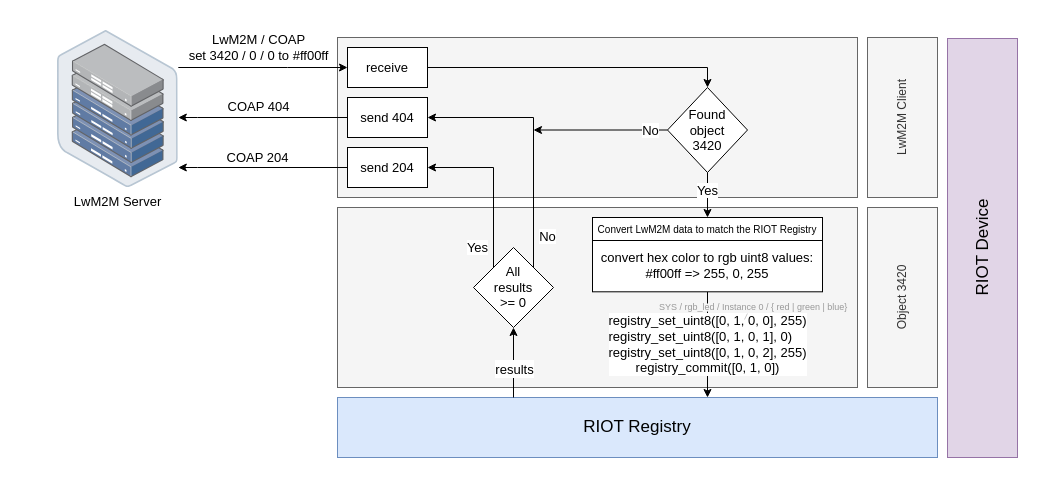
This is doc/drawio/flow/lwm2m_integration_flow.drawio from LasseRosenow/riot-runtime-config, a draw.io file, before an edit. Source tidied: cells renumbered, new cells numbered last; positions are measured from the earlier drawing's top-left corner, leaving out a move shared by most shapes. Both pictures are drawn from the tidied source at 100%, with x=0, y=0 at pixel (47, 27).
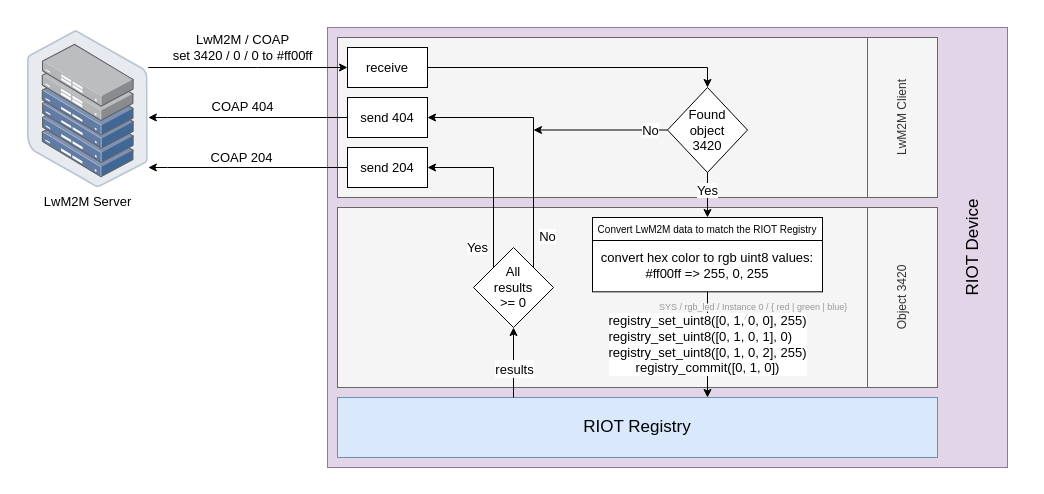
The same page after the edit.

The change refers to these unchanged cells:
```xml
<mxCell id="21" value="&lt;font color=&quot;#000000&quot; style=&quot;font-size: 13px&quot;&gt;receive&lt;/font&gt;" style="rounded=0;whiteSpace=wrap;html=1;labelBackgroundColor=none;fontSize=17;" parent="1" vertex="1">
  <mxGeometry x="300" y="20" width="80" height="40" as="geometry" />
</mxCell>
<mxCell id="22" value="&lt;font color=&quot;#000000&quot; style=&quot;font-size: 13px&quot;&gt;send 404&lt;/font&gt;" style="rounded=0;whiteSpace=wrap;html=1;labelBackgroundColor=none;fontSize=17;" parent="1" vertex="1">
  <mxGeometry x="300" y="70" width="80" height="40" as="geometry" />
</mxCell>
<mxCell id="24" value="&lt;font color=&quot;#000000&quot; style=&quot;font-size: 13px&quot;&gt;send 204&lt;/font&gt;" style="rounded=0;whiteSpace=wrap;html=1;labelBackgroundColor=none;fontSize=17;" parent="1" vertex="1">
  <mxGeometry x="300" y="120" width="80" height="40" as="geometry" />
</mxCell>
```

Diff of the diagram source:
```diff
@@
     <mxCell id="2" style="rounded=0;whiteSpace=wrap;html=1;strokeColor=none;" parent="1" vertex="1">
-      <mxGeometry width="980" height="440" as="geometry" />
+      <mxGeometry x="-30" y="-10" width="1000" height="460" as="geometry" />
     </mxCell>
+    <mxCell id="18" value="&lt;font style=&quot;font-size: 17px&quot;&gt;RIOT Device&lt;/font&gt;" style="rounded=0;whiteSpace=wrap;html=1;fillColor=#e1d5e7;strokeColor=#9673a6;horizontal=0;align=center;verticalAlign=bottom;spacingBottom=22;" parent="1" vertex="1">
+      <mxGeometry x="280" width="680" height="440" as="geometry" />
+    </mxCell>
     <mxCell id="3" style="rounded=0;whiteSpace=wrap;html=1;fillColor=#f5f5f5;strokeColor=#666666;fontColor=#333333;" parent="1" vertex="1">
-      <mxGeometry x="290" y="180" width="520" height="180" as="geometry" />
+      <mxGeometry x="290" y="180" width="530" height="180" as="geometry" />
     </mxCell>
     <mxCell id="4" style="rounded=0;whiteSpace=wrap;html=1;fillColor=#f5f5f5;strokeColor=#666666;fontColor=#333333;" parent="1" vertex="1">
-      <mxGeometry x="290" y="10" width="520" height="160" as="geometry" />
+      <mxGeometry x="290" y="10" width="530" height="160" as="geometry" />
     </mxCell>
     <mxCell id="5" value="&lt;font style=&quot;font-size: 13px&quot;&gt;LwM2M Server&lt;/font&gt;" style="points=[];html=1;align=center;shadow=0;dashed=0;image;image=img/lib/allied_telesis/storage/Datacenter_Server_Half_Rack_ToR.svg;" parent="1" vertex="1">
-      <mxGeometry x="10" y="3" width="120.8" height="157" as="geometry" />
+      <mxGeometry x="-20" y="3" width="120.8" height="157" as="geometry" />
     </mxCell>
     <mxCell id="6" value="&lt;font style=&quot;font-size: 13px&quot;&gt;LwM2M / COAP&lt;br&gt;set 3420 / 0 / 0 to #ff00ff&lt;/font&gt;" style="edgeStyle=elbowEdgeStyle;rounded=0;html=1;" parent="1" edge="1" source="5" target="21">
       <mxGeometry x="-0.06" y="20" relative="1" as="geometry">
         <Array as="points">
-          <mxPoint x="240" y="40" />
-          <mxPoint x="120" y="40" />
+          <mxPoint x="210" y="40" />
+          <mxPoint x="90" y="40" />
         </Array>
       </mxGeometry>
     </mxCell>
@@
-    <mxCell id="18" value="&lt;font style=&quot;font-size: 17px&quot;&gt;RIOT Device&lt;/font&gt;" style="rounded=0;whiteSpace=wrap;html=1;fillColor=#e1d5e7;strokeColor=#9673a6;horizontal=0;" parent="1" vertex="1">
-      <mxGeometry x="900" y="11" width="70" height="419" as="geometry" />
-    </mxCell>
@@
     <mxCell id="23" value="&lt;font style=&quot;font-size: 13px&quot;&gt;COAP 404&lt;/font&gt;" style="edgeStyle=elbowEdgeStyle;rounded=0;html=1;startArrow=none;" parent="1" edge="1" source="22" target="5">
       <mxGeometry x="0.05" y="-11" relative="1" as="geometry">
         <Array as="points">
-          <mxPoint x="150" y="90" />
+          <mxPoint x="120" y="90" />
         </Array>
       </mxGeometry>
     </mxCell>
@@
     <mxCell id="25" value="&lt;font style=&quot;font-size: 13px&quot;&gt;COAP 204&lt;/font&gt;" style="edgeStyle=elbowEdgeStyle;rounded=0;html=1;startArrow=none;" parent="1" edge="1" source="24" target="5">
       <mxGeometry x="0.06" y="-10" relative="1" as="geometry">
         <Array as="points">
-          <mxPoint x="150" y="140" />
+          <mxPoint x="120" y="140" />
         </Array>
       </mxGeometry>
     </mxCell>
```
